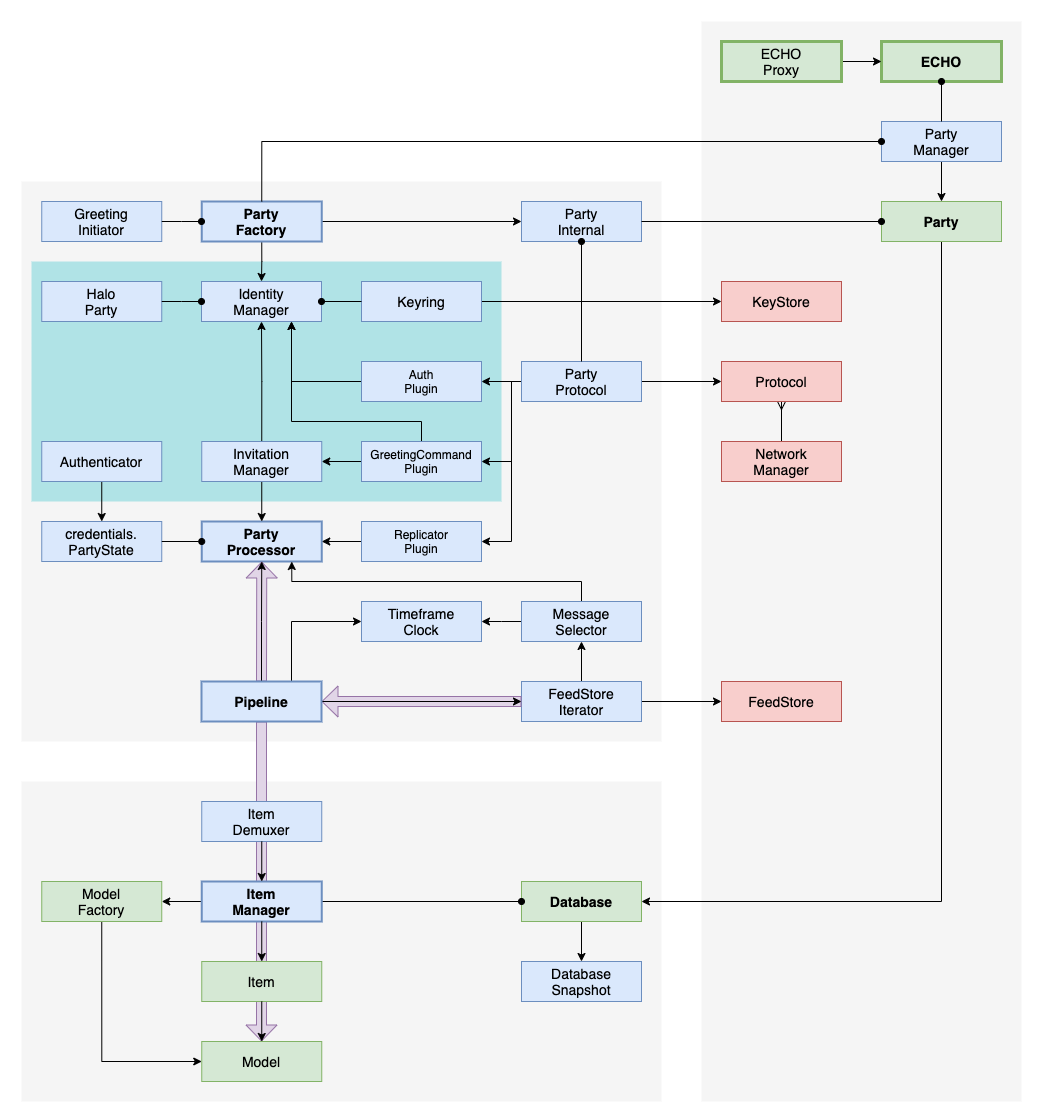
Before: docs/diagrams/echo-architecture.png, a diagram exported from draw.io (dxos/dxos). Source tidied: cells renumbered, new cells last; positions are measured from the earlier drawing's top-left corner, leaving out a move shared by most shapes.
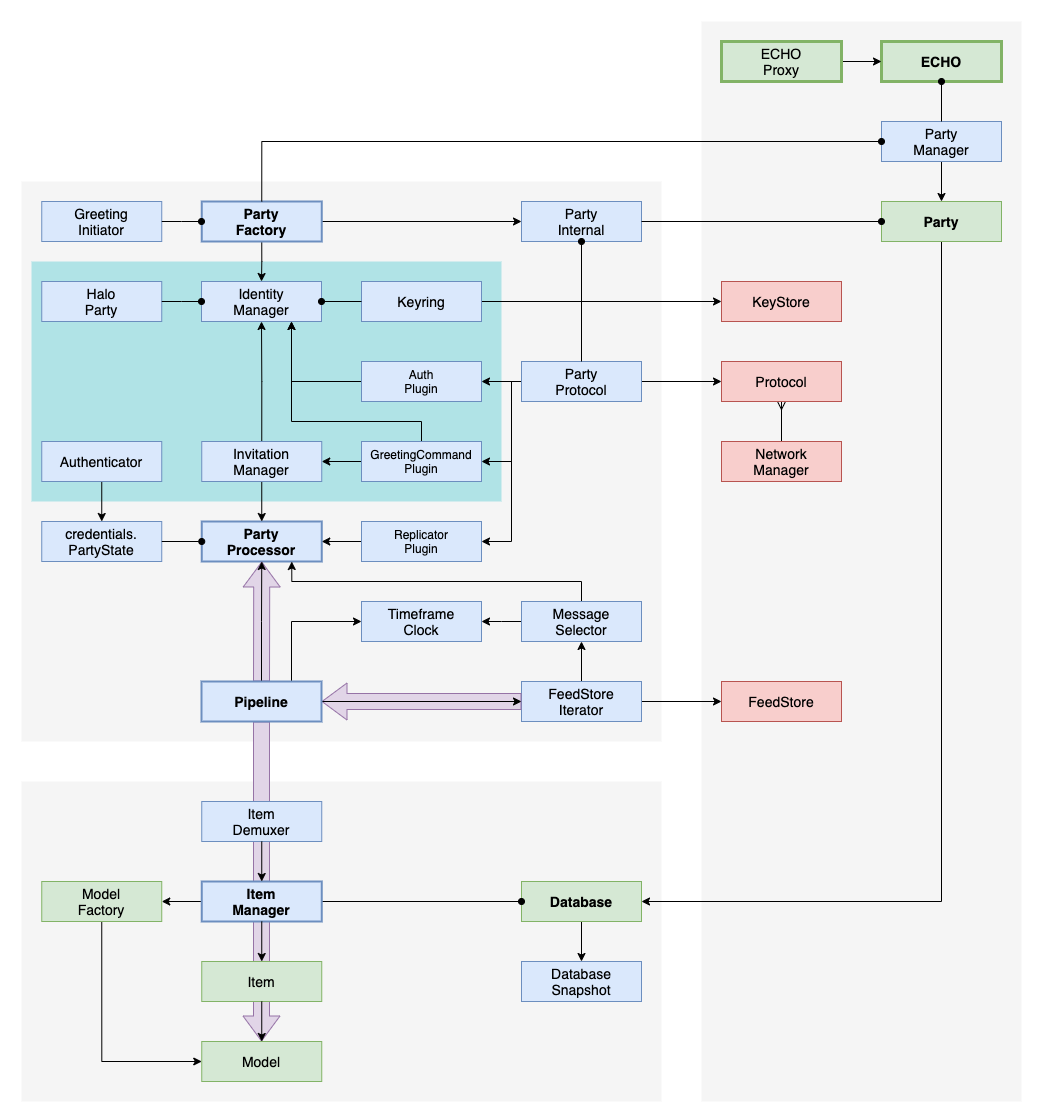
The same diagram one commit later.

What changed in the source:
```diff
@@ -185,10 +185,10 @@
     <mxCell id="52" value="FeedStore&lt;br&gt;Iterator" style="rounded=0;whiteSpace=wrap;html=1;fontSize=14;fontFamily=Helvetica;fillColor=#dae8fc;strokeColor=#6c8ebf;fontStyle=0;strokeWidth=1;" parent="1" vertex="1">
       <mxGeometry x="520" y="680" width="120" height="40" as="geometry" />
     </mxCell>
-    <mxCell id="53" style="shape=flexArrow;endArrow=classic;html=1;endSize=5;strokeColor=#9673a6;fillColor=#e1d5e7;entryX=1;entryY=0.5;entryDx=0;entryDy=0;exitX=0;exitY=0.5;exitDx=0;exitDy=0;" parent="1" edge="1" source="52" target="78">
+    <mxCell id="53" style="shape=flexArrow;endArrow=classic;html=1;endSize=8;strokeColor=#9673a6;fillColor=#e1d5e7;entryX=1;entryY=0.5;entryDx=0;entryDy=0;exitX=0;exitY=0.5;exitDx=0;exitDy=0;width=16;" parent="1" edge="1" source="52" target="78">
       <mxGeometry relative="1" as="geometry" />
     </mxCell>
-    <mxCell id="54" style="shape=flexArrow;endArrow=classic;html=1;endSize=5;strokeColor=#9673a6;fillColor=#e1d5e7;entryX=0.5;entryY=1;entryDx=0;entryDy=0;" parent="1" edge="1" target="11">
+    <mxCell id="54" style="shape=flexArrow;endArrow=classic;html=1;endSize=8;strokeColor=#9673a6;fillColor=#e1d5e7;entryX=0.5;entryY=1;entryDx=0;entryDy=0;width=16;" parent="1" edge="1" target="11">
       <mxGeometry relative="1" as="geometry">
         <mxPoint x="260" y="680" as="sourcePoint" />
       </mxGeometry>
@@ -196,7 +196,7 @@
     <mxCell id="55" style="edgeStyle=orthogonalEdgeStyle;rounded=0;jettySize=auto;html=1;exitX=0.5;exitY=0;exitDx=0;exitDy=0;entryX=0.5;entryY=1;entryDx=0;entryDy=0;" parent="1" edge="1" source="78" target="11">
       <mxGeometry relative="1" as="geometry" />
     </mxCell>
-    <mxCell id="56" style="shape=flexArrow;endArrow=classic;html=1;endSize=5;strokeColor=#9673a6;fillColor=#e1d5e7;exitX=0.5;exitY=1;exitDx=0;exitDy=0;" parent="1" edge="1" source="78">
+    <mxCell id="56" style="shape=flexArrow;endArrow=classic;html=1;endSize=8;strokeColor=#9673a6;fillColor=#e1d5e7;exitX=0.5;exitY=1;exitDx=0;exitDy=0;width=16;" parent="1" edge="1" source="78">
       <mxGeometry relative="1" as="geometry">
         <mxPoint x="260" y="1040" as="targetPoint" />
       </mxGeometry>
```
